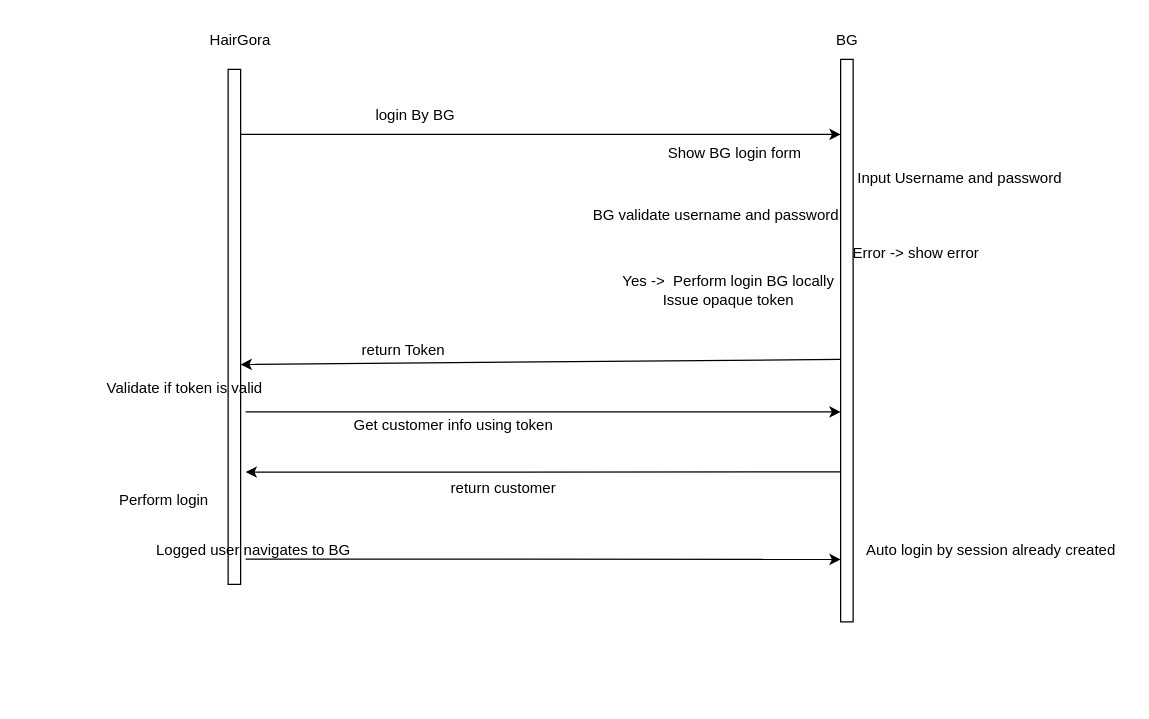
Above: page "Page-2" (2 of 4) of Untitled Diagram.drawio in hoa89nguyen/myproject (draw.io), before the change. Source tidied: cells renumbered, new cells numbered last; positions are measured from the earlier drawing's top-left corner, leaving out a move shared by most shapes. Both pictures are drawn from the tidied source at 125%, with x=0, y=0 at pixel (90, 21).
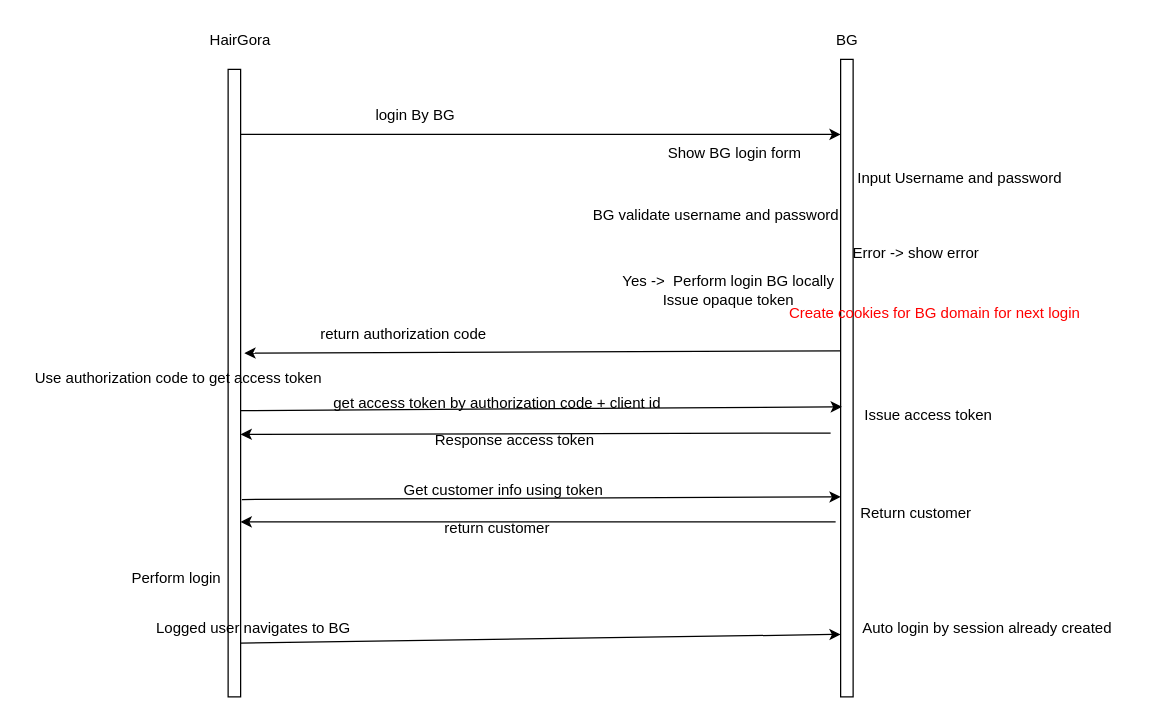
After the change.

Change to the diagram source:
```diff
@@
     <mxCell id="6" style="rounded=0;whiteSpace=wrap;html=1;" parent="1" vertex="1">
-      <mxGeometry x="110" y="38" width="10" height="412" as="geometry" />
+      <mxGeometry x="110" y="38" width="10" height="502" as="geometry" />
     </mxCell>
@@
-    <mxCell id="12" style="endArrow=classic;html=1;rounded=0;entryX=1;entryY=0.573;entryDx=0;entryDy=0;entryPerimeter=0;" parent="1" edge="1" target="6">
+    <mxCell id="12" style="endArrow=classic;html=1;rounded=0;entryX=1.3;entryY=0.466;entryDx=0;entryDy=0;entryPerimeter=0;" parent="1" edge="1">
       <mxGeometry relative="1" as="geometry">
-        <mxPoint x="600" y="270" as="sourcePoint" />
+        <mxPoint x="600" y="263.1" as="sourcePoint" />
+        <mxPoint x="123" y="265" as="targetPoint" />
       </mxGeometry>
     </mxCell>
-    <mxCell id="13" value="return Token" style="text;html=1;align=center;verticalAlign=middle;strokeColor=none;fillColor=none;" parent="1" vertex="1">
-      <mxGeometry x="205" y="248" width="90" height="30" as="geometry" />
+    <mxCell id="13" value="return authorization code" style="text;html=1;align=center;verticalAlign=middle;strokeColor=none;fillColor=none;" parent="1" vertex="1">
+      <mxGeometry x="170" y="235" width="160" height="30" as="geometry" />
     </mxCell>
-    <mxCell id="14" style="endArrow=classic;html=1;rounded=0;exitX=1.4;exitY=0.665;exitDx=0;exitDy=0;exitPerimeter=0;" parent="1" edge="1" source="6">
+    <mxCell id="14" style="endArrow=classic;html=1;rounded=0;exitX=1.1;exitY=0.55;exitDx=0;exitDy=0;exitPerimeter=0;" parent="1" edge="1">
       <mxGeometry relative="1" as="geometry">
-        <mxPoint x="600" y="312" as="targetPoint" />
+        <mxPoint x="121" y="382.1" as="sourcePoint" />
+        <mxPoint x="600" y="380" as="targetPoint" />
       </mxGeometry>
     </mxCell>
-    <mxCell id="15" value="Validate if token is valid" style="text;html=1;align=center;verticalAlign=middle;strokeColor=none;fillColor=none;" parent="1" vertex="1">
-      <mxGeometry y="278" width="150" height="30" as="geometry" />
+    <mxCell id="15" value="Use authorization code to get access token" style="text;html=1;align=center;verticalAlign=middle;strokeColor=none;fillColor=none;" parent="1" vertex="1">
+      <mxGeometry x="-55" y="270" width="250" height="30" as="geometry" />
     </mxCell>
     <mxCell id="16" value="Get customer info using token" style="text;html=1;align=center;verticalAlign=middle;strokeColor=none;fillColor=none;" parent="1" vertex="1">
-      <mxGeometry x="200" y="308" width="180" height="30" as="geometry" />
+      <mxGeometry x="240" y="360" width="180" height="30" as="geometry" />
     </mxCell>
-    <mxCell id="17" style="endArrow=classic;html=1;rounded=0;entryX=1.4;entryY=0.782;entryDx=0;entryDy=0;entryPerimeter=0;" parent="1" edge="1" target="6">
+    <mxCell id="17" style="endArrow=classic;html=1;rounded=0;" parent="1" edge="1">
       <mxGeometry relative="1" as="geometry">
-        <mxPoint x="600" y="360" as="sourcePoint" />
+        <mxPoint x="596" y="400" as="sourcePoint" />
+        <mxPoint x="120" y="400" as="targetPoint" />
       </mxGeometry>
     </mxCell>
     <mxCell id="18" value="return customer" style="text;html=1;align=center;verticalAlign=middle;strokeColor=none;fillColor=none;" parent="1" vertex="1">
-      <mxGeometry x="275" y="358" width="110" height="30" as="geometry" />
+      <mxGeometry x="270" y="390" width="110" height="30" as="geometry" />
     </mxCell>
     <mxCell id="19" value="Perform login&amp;nbsp;" style="text;html=1;align=center;verticalAlign=middle;strokeColor=none;fillColor=none;" parent="1" vertex="1">
-      <mxGeometry x="10" y="368" width="100" height="30" as="geometry" />
+      <mxGeometry x="20" y="430" width="100" height="30" as="geometry" />
     </mxCell>
-    <mxCell id="20" style="endArrow=classic;html=1;rounded=0;exitX=1.4;exitY=0.951;exitDx=0;exitDy=0;exitPerimeter=0;" parent="1" edge="1" source="6">
+    <mxCell id="20" style="endArrow=classic;html=1;rounded=0;exitX=0.444;exitY=0.967;exitDx=0;exitDy=0;exitPerimeter=0;" parent="1" edge="1">
       <mxGeometry relative="1" as="geometry">
-        <mxPoint x="600" y="430" as="targetPoint" />
+        <mxPoint x="119.9" y="497" as="sourcePoint" />
+        <mxPoint x="600" y="490" as="targetPoint" />
       </mxGeometry>
     </mxCell>
     <mxCell id="21" value="Logged user navigates to BG" style="text;html=1;align=center;verticalAlign=middle;strokeColor=none;fillColor=none;" parent="1" vertex="1">
-      <mxGeometry x="40" y="408" width="180" height="30" as="geometry" />
+      <mxGeometry x="40" y="470" width="180" height="30" as="geometry" />
     </mxCell>
     <mxCell id="22" value="Auto login by session already created" style="text;html=1;align=center;verticalAlign=middle;strokeColor=none;fillColor=none;" parent="1" vertex="1">
-      <mxGeometry x="610" y="408" width="220" height="30" as="geometry" />
+      <mxGeometry x="607" y="470" width="220" height="30" as="geometry" />
     </mxCell>
     <mxCell id="23" style="rounded=0;whiteSpace=wrap;html=1;" parent="1" vertex="1">
-      <mxGeometry x="600" y="30" width="10" height="450" as="geometry" />
+      <mxGeometry x="600" y="30" width="10" height="510" as="geometry" />
     </mxCell>
+    <mxCell id="24" value="&lt;font style=&quot;color: rgb(255, 0, 0);&quot;&gt;Create cookies for BG domain for next login&lt;/font&gt;" style="text;html=1;align=center;verticalAlign=middle;strokeColor=none;fillColor=none;" parent="1" vertex="1">
+      <mxGeometry x="545" y="218" width="260" height="30" as="geometry" />
+    </mxCell>
+    <mxCell id="25" style="endArrow=classic;html=1;rounded=0;exitX=1;exitY=0.544;exitDx=0;exitDy=0;exitPerimeter=0;entryX=0.1;entryY=0.545;entryDx=0;entryDy=0;entryPerimeter=0;" parent="1" edge="1" source="6" target="23">
+      <mxGeometry relative="1" as="geometry" />
+    </mxCell>
+    <mxCell id="26" value="get access token by authorization code + client id" style="text;html=1;align=center;verticalAlign=middle;strokeColor=none;fillColor=none;" parent="1" vertex="1">
+      <mxGeometry x="180" y="290" width="290" height="30" as="geometry" />
+    </mxCell>
+    <mxCell id="27" style="endArrow=classic;html=1;rounded=0;exitX=-0.4;exitY=0.606;exitDx=0;exitDy=0;exitPerimeter=0;entryX=1.4;entryY=0.602;entryDx=0;entryDy=0;entryPerimeter=0;" parent="1" edge="1">
+      <mxGeometry relative="1" as="geometry">
+        <mxPoint x="592" y="328.9" as="sourcePoint" />
+        <mxPoint x="120" y="330" as="targetPoint" />
+      </mxGeometry>
+    </mxCell>
+    <mxCell id="28" value="Response access token" style="text;html=1;align=center;verticalAlign=middle;strokeColor=none;fillColor=none;" parent="1" vertex="1">
+      <mxGeometry x="264" y="320" width="150" height="30" as="geometry" />
+    </mxCell>
+    <mxCell id="29" value="Issue access token" style="text;html=1;align=center;verticalAlign=middle;strokeColor=none;fillColor=none;" parent="1" vertex="1">
+      <mxGeometry x="605" y="300" width="130" height="30" as="geometry" />
+    </mxCell>
+    <mxCell id="30" value="Return customer" style="text;html=1;align=center;verticalAlign=middle;strokeColor=none;fillColor=none;" parent="1" vertex="1">
+      <mxGeometry x="605" y="378" width="110" height="30" as="geometry" />
+    </mxCell>
```
